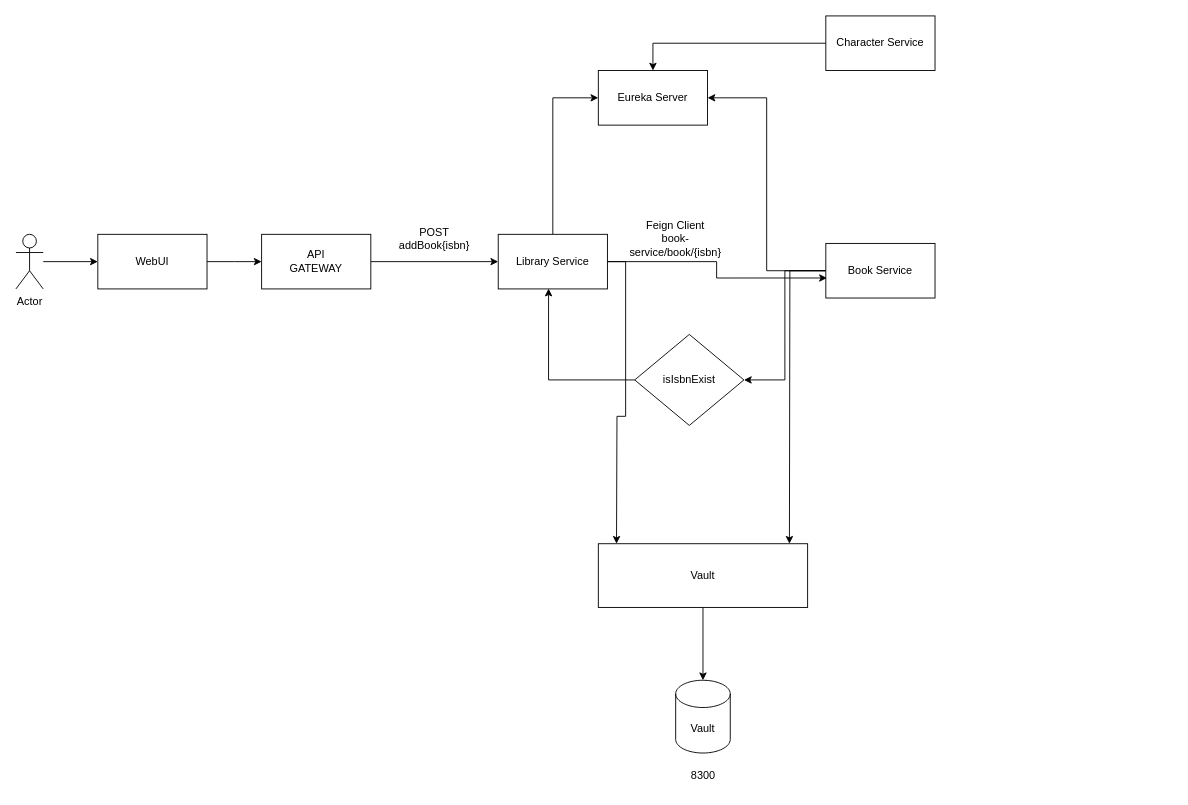
Before: comicStore.drawio in CemHarput/comicStore, a draw.io diagram. Source tidied: cells renumbered, new cells numbered last; positions are measured from the earlier drawing's top-left corner, leaving out a move shared by most shapes. Both pictures are drawn from the tidied source at 91%, with x=0, y=0 at pixel (15, 15).
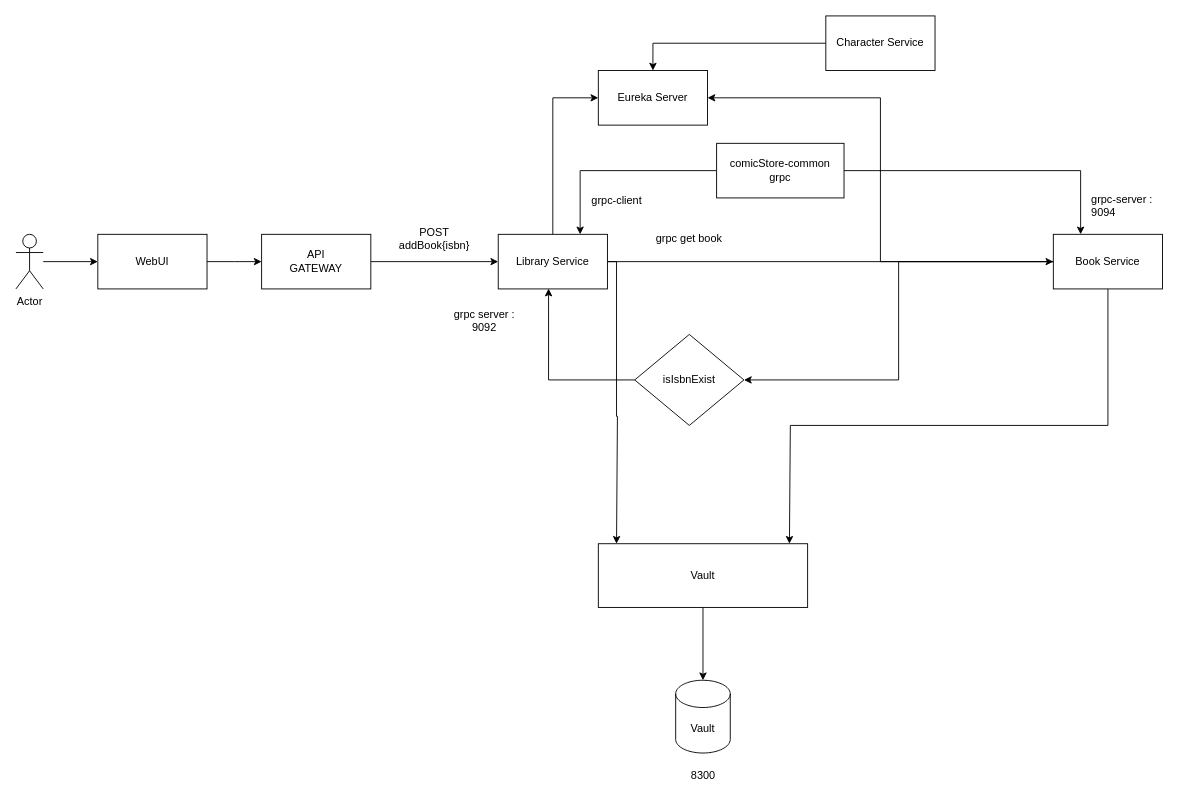
The same diagram, later.

Unchanged cells that the change refers to:
```xml
<mxCell id="10" value="Library Service" style="rounded=0;whiteSpace=wrap;html=1;rotation=0;" parent="1" vertex="1">
  <mxGeometry x="530" y="240" width="120" height="60" as="geometry" />
</mxCell>
```

The edit, as a diff of the source:
```diff
@@
     <mxCell id="9" style="edgeStyle=orthogonalEdgeStyle;rounded=0;jettySize=auto;html=1;entryX=0;entryY=0.5;entryDx=0;entryDy=0;" parent="1" edge="1" source="10">
       <mxGeometry relative="1" as="geometry">
         <mxPoint x="660" y="580" as="targetPoint" />
+        <Array as="points">
+          <mxPoint x="660" y="270" />
+          <mxPoint x="660" y="440" />
+          <mxPoint x="661" y="440" />
+        </Array>
       </mxGeometry>
     </mxCell>
+    <mxCell id="17" style="edgeStyle=orthogonalEdgeStyle;rounded=0;jettySize=auto;html=1;" parent="1" edge="1" source="10" target="16">
+      <mxGeometry relative="1" as="geometry" />
+    </mxCell>
@@
     <mxCell id="15" style="edgeStyle=orthogonalEdgeStyle;rounded=0;jettySize=auto;html=1;entryX=1;entryY=0.5;entryDx=0;entryDy=0;" parent="1" edge="1" source="16">
       <mxGeometry relative="1" as="geometry">
         <mxPoint x="850" y="580" as="targetPoint" />
+        <Array as="points">
+          <mxPoint x="1200" y="450" />
+          <mxPoint x="851" y="450" />
+        </Array>
       </mxGeometry>
     </mxCell>
     <mxCell id="16" value="Book Service" style="rounded=0;whiteSpace=wrap;html=1;rotation=0;" parent="1" vertex="1">
-      <mxGeometry x="890" y="250" width="120" height="60" as="geometry" />
+      <mxGeometry x="1140" y="240" width="120" height="60" as="geometry" />
     </mxCell>
-    <mxCell id="17" style="edgeStyle=orthogonalEdgeStyle;rounded=0;jettySize=auto;html=1;entryX=0.01;entryY=0.633;entryDx=0;entryDy=0;entryPerimeter=0;" parent="1" edge="1" source="10" target="16">
-      <mxGeometry relative="1" as="geometry" />
-    </mxCell>
-    <mxCell id="18" value="&lt;div&gt;Feign Client&lt;/div&gt;&lt;div&gt;book-service/book/{isbn}&lt;br&gt;&lt;/div&gt;" style="text;html=1;strokeColor=none;fillColor=none;align=center;verticalAlign=middle;whiteSpace=wrap;rounded=0;" parent="1" vertex="1">
-      <mxGeometry x="660" y="230" width="130" height="30" as="geometry" />
+    <mxCell id="18" value="grpc get book" style="text;html=1;strokeColor=none;fillColor=none;align=center;verticalAlign=middle;whiteSpace=wrap;rounded=0;" parent="1" vertex="1">
+      <mxGeometry x="675" y="230" width="130" height="30" as="geometry" />
     </mxCell>
@@
+    <mxCell id="27" style="edgeStyle=orthogonalEdgeStyle;rounded=0;jettySize=auto;html=1;entryX=0.75;entryY=0;entryDx=0;entryDy=0;" parent="1" edge="1" source="29" target="10">
+      <mxGeometry relative="1" as="geometry" />
+    </mxCell>
+    <mxCell id="28" style="edgeStyle=orthogonalEdgeStyle;rounded=0;jettySize=auto;html=1;entryX=0.25;entryY=0;entryDx=0;entryDy=0;" parent="1" edge="1" source="29" target="16">
+      <mxGeometry relative="1" as="geometry" />
+    </mxCell>
+    <mxCell id="29" value="&lt;div&gt;comicStore-common&lt;/div&gt;&lt;div&gt;grpc&lt;br&gt;&lt;/div&gt;" style="rounded=0;whiteSpace=wrap;html=1;" parent="1" vertex="1">
+      <mxGeometry x="770" y="140" width="140" height="60" as="geometry" />
+    </mxCell>
+    <mxCell id="30" value="grpc-client" style="text;html=1;align=center;verticalAlign=middle;strokeColor=none;fillColor=none;" parent="1" vertex="1">
+      <mxGeometry x="620" y="188" width="80" height="30" as="geometry" />
+    </mxCell>
+    <mxCell id="31" value="grpc-server : 9094" style="text;whiteSpace=wrap;html=1;" parent="1" vertex="1">
+      <mxGeometry x="1180" y="188" width="90" height="40" as="geometry" />
+    </mxCell>
+    <mxCell id="32" value="grpc server : 9092" style="text;html=1;strokeColor=none;fillColor=none;align=center;verticalAlign=middle;whiteSpace=wrap;rounded=0;" parent="1" vertex="1">
+      <mxGeometry x="470" y="310" width="90" height="50" as="geometry" />
+    </mxCell>
+    <mxCell id="33" value="&lt;div&gt;&lt;br&gt;&lt;/div&gt;&lt;div&gt;&lt;br&gt;&lt;/div&gt;" style="text;html=1;strokeColor=none;fillColor=none;align=center;verticalAlign=middle;whiteSpace=wrap;rounded=0;" parent="1" vertex="1">
+      <mxGeometry x="970" y="120" width="90" height="50" as="geometry" />
+    </mxCell>
```
